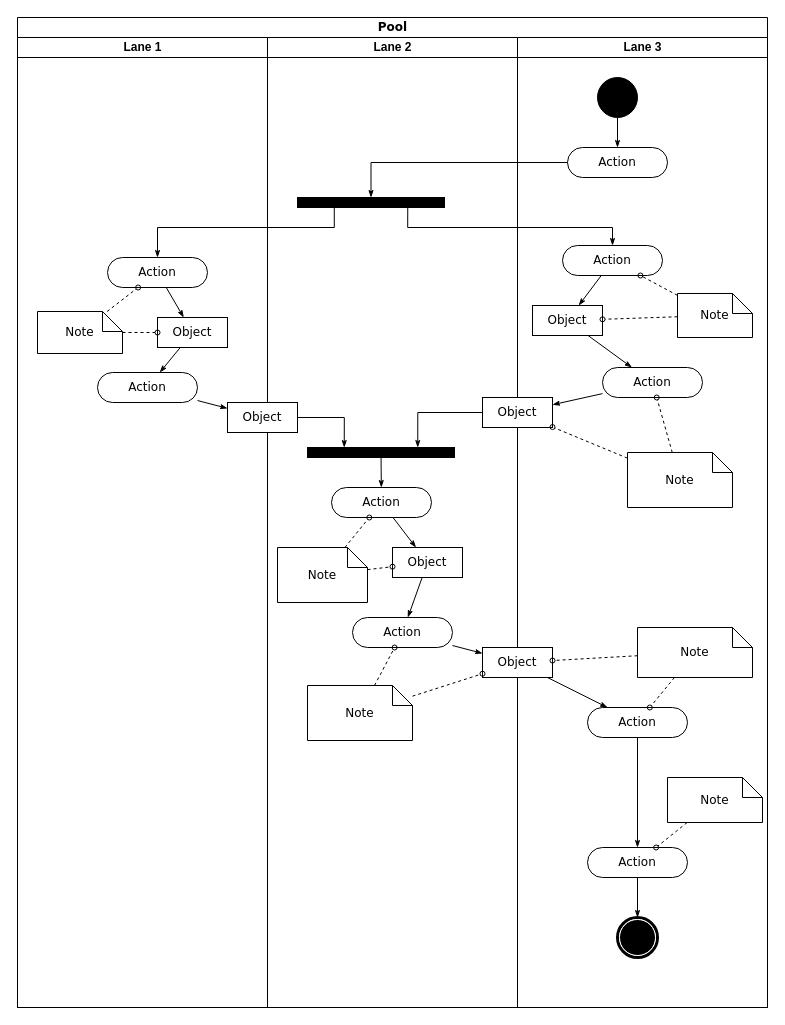
Before: page "关卡流程图" (1 of 2) of Tools/LevelDesignUML/LevelDesignUML_EP_10.drawio in kwh3884858/Hippocampus, a draw.io diagram. Source tidied: cells renumbered, new cells numbered last; positions are measured from the earlier drawing's top-left corner, leaving out a move shared by most shapes. Both pictures are drawn from the tidied source at 100%, with x=0, y=0 at pixel (17, 17).
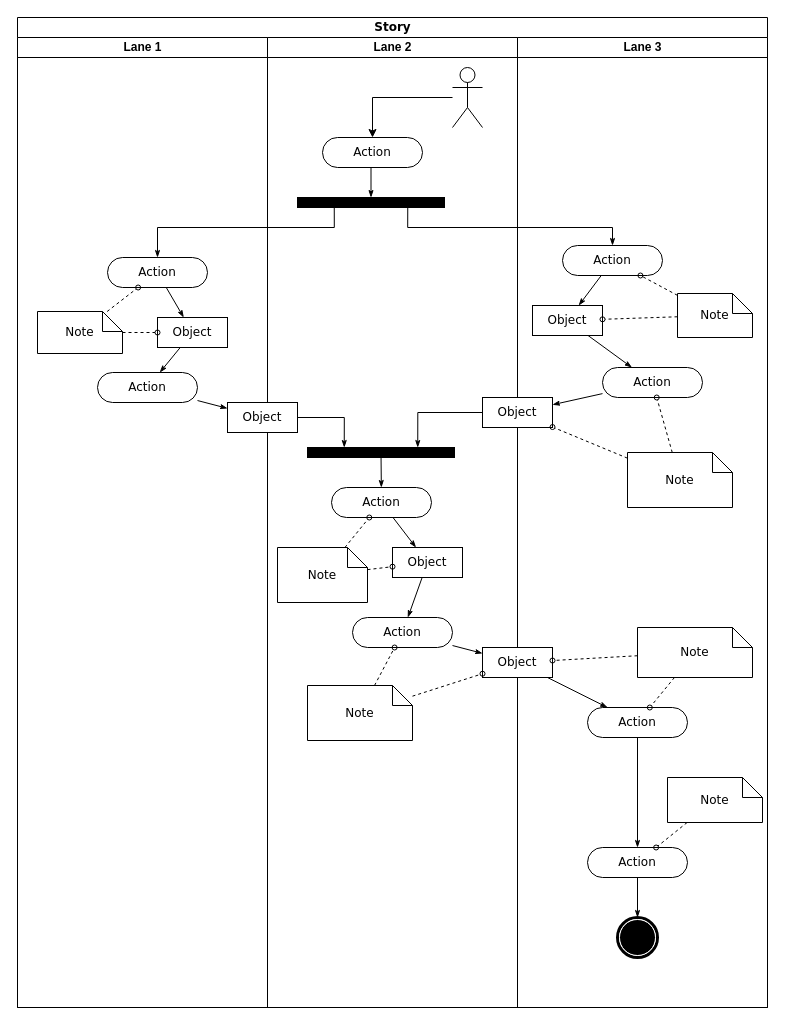
After the change.

Unchanged cells that the change refers to:
```xml
<mxCell id="12" value="Lane 2" style="swimlane;html=1;startSize=20;" parent="2" vertex="1">
  <mxGeometry x="250" y="20" width="250" height="970" as="geometry" />
</mxCell>
<mxCell id="13" style="whiteSpace=wrap;html=1;rounded=0;shadow=0;comic=0;labelBackgroundColor=none;strokeWidth=1;fillColor=#000000;fontFamily=Verdana;fontSize=12;align=center;rotation=0;" parent="12" vertex="1">
  <mxGeometry x="30" y="160" width="147" height="10" as="geometry" />
</mxCell>
<mxCell id="28" value="Lane 3" style="swimlane;html=1;startSize=20;" parent="2" vertex="1">
  <mxGeometry x="500" y="20" width="250" height="970" as="geometry" />
</mxCell>
```

The edit, as a diff of the source:
```diff
@@
-    <mxCell id="2" value="Pool" style="swimlane;html=1;startSize=20;rounded=0;shadow=0;comic=0;labelBackgroundColor=none;strokeWidth=1;fontFamily=Verdana;fontSize=12;align=center;" parent="1" vertex="1">
+    <mxCell id="2" value="Story" style="swimlane;html=1;startSize=20;rounded=0;shadow=0;comic=0;labelBackgroundColor=none;strokeWidth=1;fontFamily=Verdana;fontSize=12;align=center;" parent="1" vertex="1">
       <mxGeometry width="750" height="990" as="geometry" />
     </mxCell>
@@
+    <mxCell id="31" value="Action" style="rounded=1;whiteSpace=wrap;html=1;shadow=0;comic=0;labelBackgroundColor=none;strokeWidth=1;fontFamily=Verdana;fontSize=12;align=center;arcSize=50;" parent="12" vertex="1">
+      <mxGeometry x="55" y="100" width="100" height="30" as="geometry" />
+    </mxCell>
+    <mxCell id="57" style="edgeStyle=orthogonalEdgeStyle;rounded=0;html=1;entryX=0.5;entryY=0;labelBackgroundColor=none;startArrow=none;startFill=0;startSize=5;endArrow=classicThin;endFill=1;endSize=5;jettySize=auto;strokeWidth=1;fontFamily=Verdana;fontSize=12;" parent="12" edge="1" source="31" target="13">
+      <mxGeometry relative="1" as="geometry">
+        <Array as="points">
+          <mxPoint x="104" y="125" />
+        </Array>
+      </mxGeometry>
+    </mxCell>
+    <mxCell id="64" style="edgeStyle=orthogonalEdgeStyle;rounded=0;jettySize=auto;html=1;entryX=0.5;entryY=0;entryDx=0;entryDy=0;" parent="12" edge="1" source="65" target="31">
+      <mxGeometry relative="1" as="geometry" />
+    </mxCell>
+    <mxCell id="65" style="shape=umlActor;verticalLabelPosition=bottom;verticalAlign=top;html=1;outlineConnect=0;" parent="12" vertex="1">
+      <mxGeometry x="185" y="30" width="30" height="60" as="geometry" />
+    </mxCell>
@@
-    <mxCell id="29" style="edgeStyle=orthogonalEdgeStyle;rounded=0;html=1;labelBackgroundColor=none;startArrow=none;startFill=0;startSize=5;endArrow=classicThin;endFill=1;endSize=5;jettySize=auto;strokeWidth=1;fontFamily=Verdana;fontSize=12;" parent="28" edge="1" source="30" target="31">
-      <mxGeometry relative="1" as="geometry" />
-    </mxCell>
-    <mxCell id="30" style="ellipse;whiteSpace=wrap;html=1;rounded=0;shadow=0;comic=0;labelBackgroundColor=none;strokeWidth=1;fillColor=#000000;fontFamily=Verdana;fontSize=12;align=center;" parent="28" vertex="1">
-      <mxGeometry x="80" y="40" width="40" height="40" as="geometry" />
-    </mxCell>
-    <mxCell id="31" value="Action" style="rounded=1;whiteSpace=wrap;html=1;shadow=0;comic=0;labelBackgroundColor=none;strokeWidth=1;fontFamily=Verdana;fontSize=12;align=center;arcSize=50;" parent="28" vertex="1">
-      <mxGeometry x="50" y="110" width="100" height="30" as="geometry" />
-    </mxCell>
@@
-    <mxCell id="57" style="edgeStyle=orthogonalEdgeStyle;rounded=0;html=1;entryX=0.5;entryY=0;labelBackgroundColor=none;startArrow=none;startFill=0;startSize=5;endArrow=classicThin;endFill=1;endSize=5;jettySize=auto;strokeWidth=1;fontFamily=Verdana;fontSize=12;" parent="2" edge="1" source="31" target="13">
-      <mxGeometry relative="1" as="geometry">
-        <Array as="points">
-          <mxPoint x="354" y="145" />
-        </Array>
-      </mxGeometry>
-    </mxCell>
```
